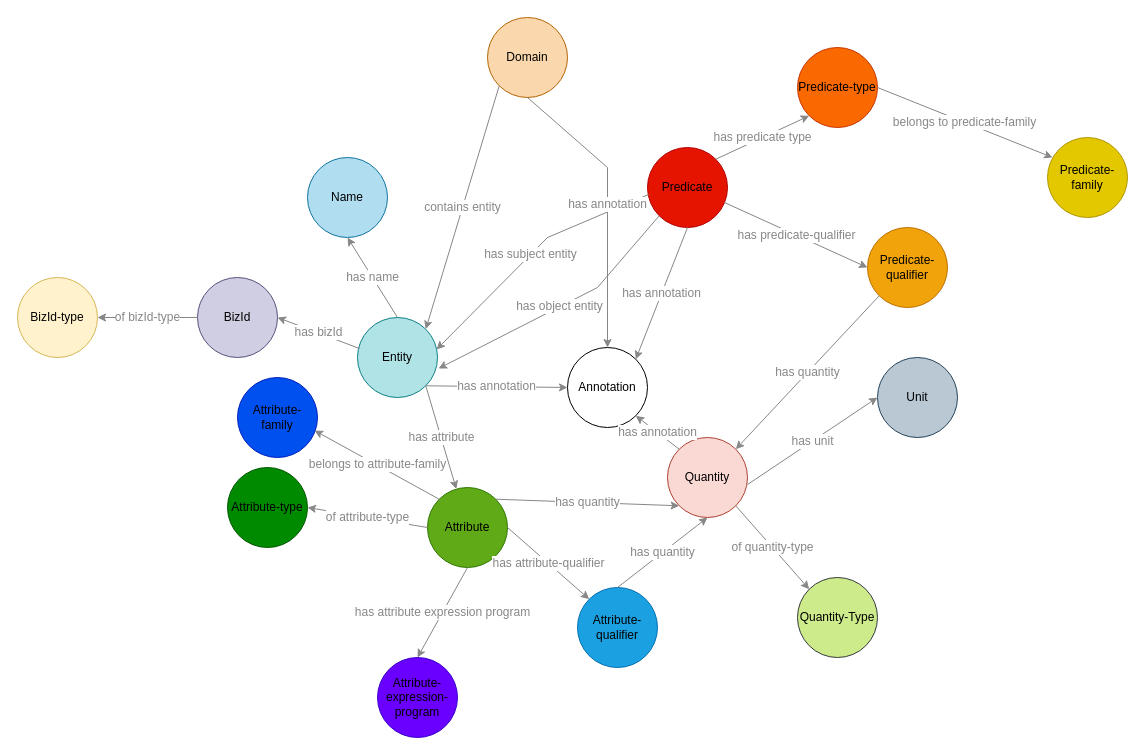
Before: page "Tokens" (1 of 3) of KnowledgeArchitecture.drawio in supriyopaul/diagrams, a draw.io diagram. Source tidied: cells renumbered, new cells numbered last; positions are measured from the earlier drawing's top-left corner, leaving out a move shared by most shapes. Both pictures are drawn from the tidied source at 100%, with x=0, y=0 at pixel (17, 17).
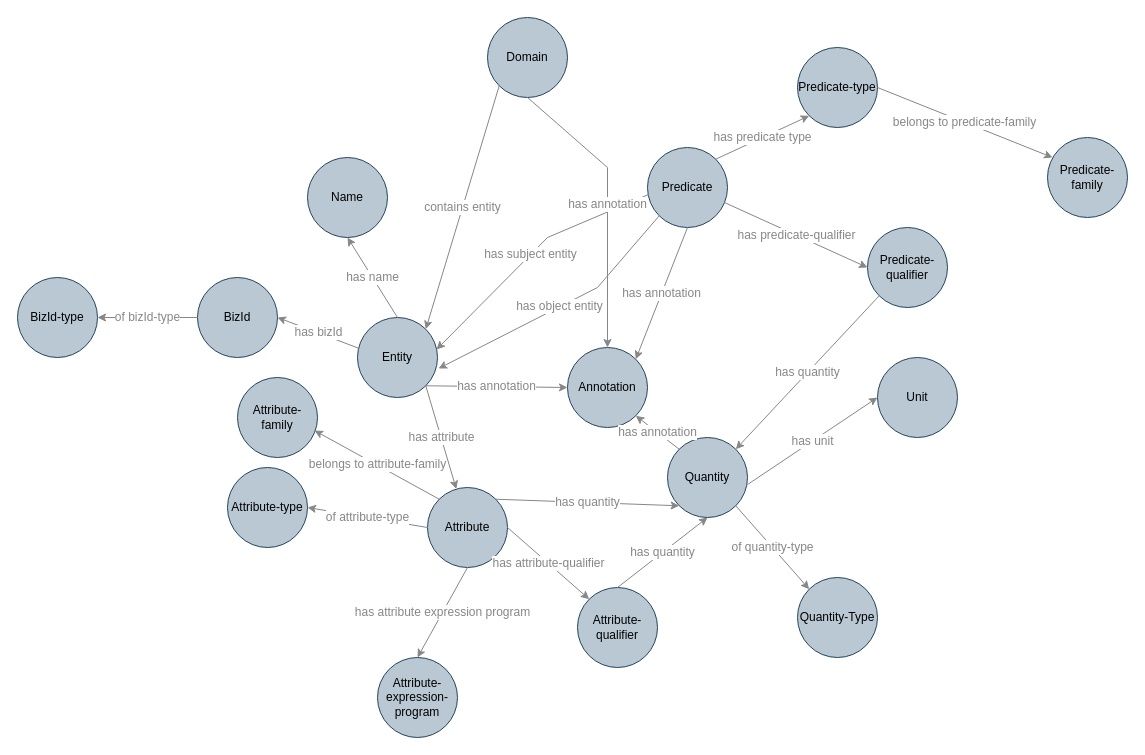
Above is the later version.

The edit, as a diff of the source:
```diff
@@
-    <mxCell id="2" value="Quantity" style="ellipse;whiteSpace=wrap;html=1;fillColor=#fad9d5;strokeColor=#ae4132;fontColor=#000000;" parent="1" vertex="1">
+    <mxCell id="2" value="Quantity" style="ellipse;whiteSpace=wrap;html=1;fillColor=#bac8d3;strokeColor=#23445d;" parent="1" vertex="1">
       <mxGeometry x="650" y="420" width="80" height="80" as="geometry" />
     </mxCell>
-    <mxCell id="3" value="Attribute-type" style="ellipse;whiteSpace=wrap;html=1;fillColor=#008a00;fontColor=#000000;strokeColor=#005700;" parent="1" vertex="1">
+    <mxCell id="3" value="Attribute-type" style="ellipse;whiteSpace=wrap;html=1;fillColor=#bac8d3;strokeColor=#23445d;" parent="1" vertex="1">
       <mxGeometry x="210" y="450" width="80" height="80" as="geometry" />
     </mxCell>
-    <mxCell id="4" value="Name" style="ellipse;whiteSpace=wrap;html=1;fillColor=#b1ddf0;strokeColor=#10739e;fontColor=#000000;" parent="1" vertex="1">
+    <mxCell id="4" value="Name" style="ellipse;whiteSpace=wrap;html=1;fillColor=#bac8d3;strokeColor=#23445d;" parent="1" vertex="1">
       <mxGeometry x="290" y="140" width="80" height="80" as="geometry" />
     </mxCell>
-    <mxCell id="5" value="BizId" style="ellipse;whiteSpace=wrap;html=1;fillColor=#d0cee2;strokeColor=#56517e;fontColor=#000000;" parent="1" vertex="1">
+    <mxCell id="5" value="BizId" style="ellipse;whiteSpace=wrap;html=1;fillColor=#bac8d3;strokeColor=#23445d;" parent="1" vertex="1">
       <mxGeometry x="180" y="260" width="80" height="80" as="geometry" />
     </mxCell>
-    <mxCell id="6" value="Attribute-qualifier" style="ellipse;whiteSpace=wrap;html=1;fillColor=#1ba1e2;fontColor=#000000;strokeColor=#006EAF;" parent="1" vertex="1">
+    <mxCell id="6" value="Attribute-qualifier" style="ellipse;whiteSpace=wrap;html=1;fillColor=#bac8d3;strokeColor=#23445d;" parent="1" vertex="1">
       <mxGeometry x="560" y="570" width="80" height="80" as="geometry" />
     </mxCell>
-    <mxCell id="7" value="Attribute" style="ellipse;whiteSpace=wrap;html=1;fillColor=#60a917;fontColor=#000000;strokeColor=#2D7600;" parent="1" vertex="1">
+    <mxCell id="7" value="Attribute" style="ellipse;whiteSpace=wrap;html=1;fillColor=#bac8d3;strokeColor=#23445d;" parent="1" vertex="1">
       <mxGeometry x="410" y="470" width="80" height="80" as="geometry" />
     </mxCell>
-    <mxCell id="8" value="Entity" style="ellipse;whiteSpace=wrap;html=1;fillColor=#b0e3e6;strokeColor=#0e8088;fontColor=#000000;" parent="1" vertex="1">
+    <mxCell id="8" value="Entity" style="ellipse;whiteSpace=wrap;html=1;fillColor=#bac8d3;strokeColor=#23445d;" parent="1" vertex="1">
       <mxGeometry x="340" y="300" width="80" height="80" as="geometry" />
     </mxCell>
-    <mxCell id="9" value="Domain" style="ellipse;whiteSpace=wrap;html=1;fillColor=#fad7ac;strokeColor=#b46504;fontColor=#000000;" parent="1" vertex="1">
+    <mxCell id="9" value="Domain" style="ellipse;whiteSpace=wrap;html=1;fillColor=#bac8d3;strokeColor=#23445d;" parent="1" vertex="1">
       <mxGeometry x="470" width="80" height="80" as="geometry" />
     </mxCell>
-    <mxCell id="10" value="BizId-type" style="ellipse;whiteSpace=wrap;html=1;fillColor=#fff2cc;strokeColor=#d6b656;fontColor=#000000;" parent="1" vertex="1">
+    <mxCell id="10" value="BizId-type" style="ellipse;whiteSpace=wrap;html=1;fillColor=#bac8d3;strokeColor=#23445d;" parent="1" vertex="1">
       <mxGeometry y="260" width="80" height="80" as="geometry" />
     </mxCell>
-    <mxCell id="11" value="Unit" style="ellipse;whiteSpace=wrap;html=1;fillColor=#bac8d3;strokeColor=#23445d;fontColor=#000000;" parent="1" vertex="1">
+    <mxCell id="11" value="Unit" style="ellipse;whiteSpace=wrap;html=1;fillColor=#bac8d3;strokeColor=#23445d;" parent="1" vertex="1">
       <mxGeometry x="860" y="340" width="80" height="80" as="geometry" />
     </mxCell>
-    <mxCell id="12" value="Attribute-family" style="ellipse;whiteSpace=wrap;html=1;fillColor=#0050ef;fontColor=#000000;strokeColor=#001DBC;" parent="1" vertex="1">
+    <mxCell id="12" value="Attribute-family" style="ellipse;whiteSpace=wrap;html=1;fillColor=#bac8d3;strokeColor=#23445d;" parent="1" vertex="1">
       <mxGeometry x="220" y="360" width="80" height="80" as="geometry" />
     </mxCell>
-    <mxCell id="13" value="Attribute-expression-program" style="ellipse;whiteSpace=wrap;html=1;fillColor=#6a00ff;fontColor=#000000;strokeColor=#3700CC;" parent="1" vertex="1">
+    <mxCell id="13" value="Attribute-expression-program" style="ellipse;whiteSpace=wrap;html=1;fillColor=#bac8d3;strokeColor=#23445d;" parent="1" vertex="1">
       <mxGeometry x="360" y="640" width="80" height="80" as="geometry" />
     </mxCell>
-    <mxCell id="14" value="Predicate-type" style="ellipse;whiteSpace=wrap;html=1;fillColor=#fa6800;fontColor=#000000;strokeColor=#C73500;" parent="1" vertex="1">
+    <mxCell id="14" value="Predicate-type" style="ellipse;whiteSpace=wrap;html=1;fillColor=#bac8d3;strokeColor=#23445d;" parent="1" vertex="1">
       <mxGeometry x="780" y="30" width="80" height="80" as="geometry" />
     </mxCell>
-    <mxCell id="15" value="Predicate-qualifier" style="ellipse;whiteSpace=wrap;html=1;fillColor=#f0a30a;fontColor=#000000;strokeColor=#BD7000;" parent="1" vertex="1">
+    <mxCell id="15" value="Predicate-qualifier" style="ellipse;whiteSpace=wrap;html=1;fillColor=#bac8d3;strokeColor=#23445d;" parent="1" vertex="1">
       <mxGeometry x="850" y="210" width="80" height="80" as="geometry" />
     </mxCell>
-    <mxCell id="16" value="Predicate" style="ellipse;whiteSpace=wrap;html=1;fillColor=#e51400;fontColor=#000000;strokeColor=#B20000;" parent="1" vertex="1">
+    <mxCell id="16" value="Predicate" style="ellipse;whiteSpace=wrap;html=1;fillColor=#bac8d3;strokeColor=#23445d;" parent="1" vertex="1">
       <mxGeometry x="630" y="130" width="80" height="80" as="geometry" />
     </mxCell>
-    <mxCell id="17" value="Predicate-family" style="ellipse;whiteSpace=wrap;html=1;fillColor=#e3c800;fontColor=#000000;strokeColor=#B09500;" parent="1" vertex="1">
+    <mxCell id="17" value="Predicate-family" style="ellipse;whiteSpace=wrap;html=1;fillColor=#bac8d3;strokeColor=#23445d;" parent="1" vertex="1">
       <mxGeometry x="1030" y="120" width="80" height="80" as="geometry" />
     </mxCell>
@@
-    <mxCell id="33" value="Quantity-Type" style="ellipse;whiteSpace=wrap;html=1;fillColor=#cdeb8b;strokeColor=#36393d;" parent="1" vertex="1">
+    <mxCell id="33" value="Quantity-Type" style="ellipse;whiteSpace=wrap;html=1;fillColor=#bac8d3;strokeColor=#23445d;" parent="1" vertex="1">
       <mxGeometry x="780" y="560" width="80" height="80" as="geometry" />
     </mxCell>
@@
-    <mxCell id="38" value="Annotation" style="ellipse;whiteSpace=wrap;html=1;" parent="1" vertex="1">
+    <mxCell id="38" value="Annotation" style="ellipse;whiteSpace=wrap;html=1;fillColor=#bac8d3;strokeColor=#23445d;" parent="1" vertex="1">
       <mxGeometry x="550" y="330" width="80" height="80" as="geometry" />
     </mxCell>
```
